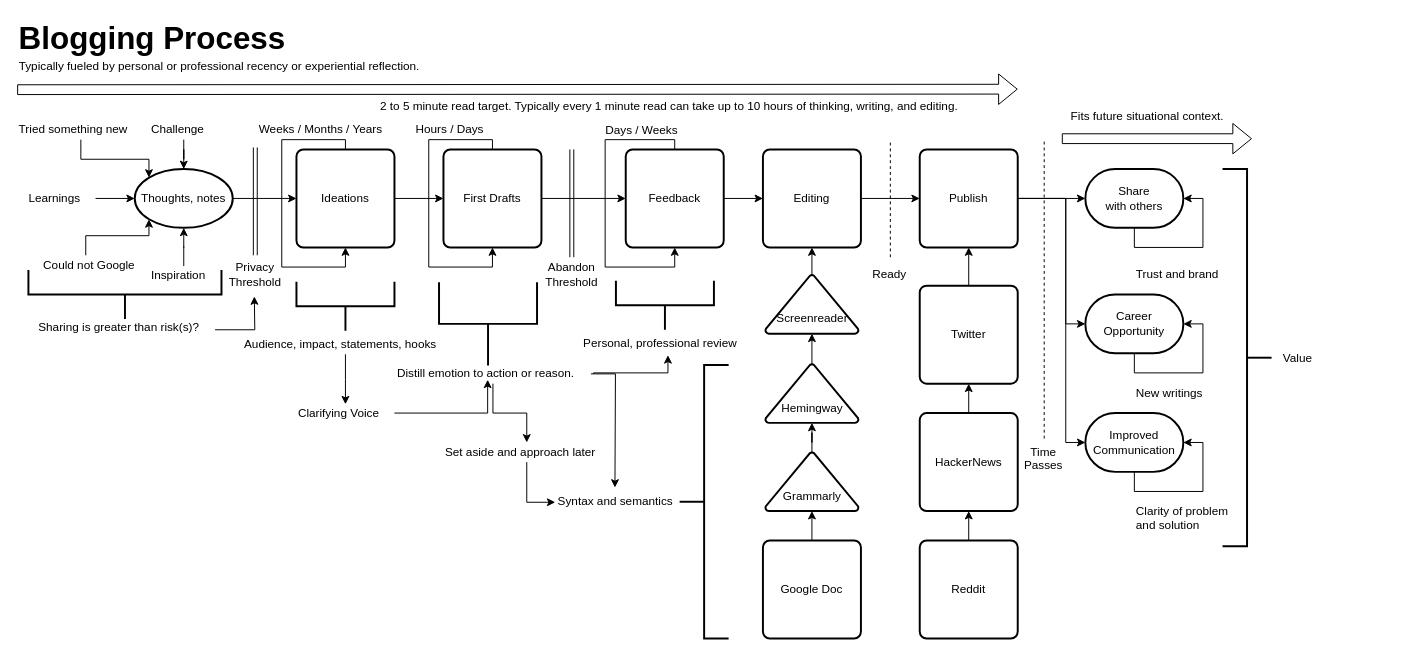
The draw.io diagram mentoring/diagrams/blogging-process.drawio in solidi/learning-notes, before the edit. Source tidied: cells renumbered, new cells numbered last; positions are measured from the earlier drawing's top-left corner, leaving out a move shared by most shapes. Both pictures are drawn from the tidied source at 98%, with x=0, y=0 at pixel (17, 17).
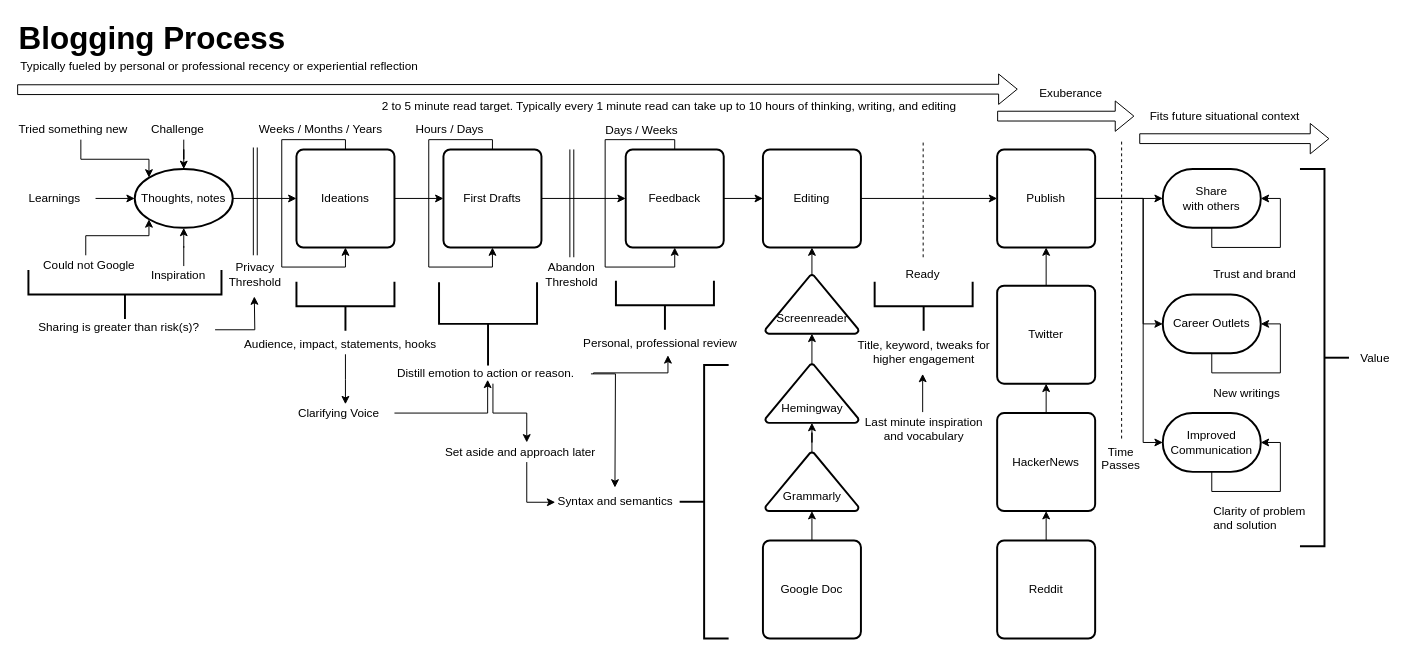
After the change.

Commit message (it also covers changes not shown here):
Update blogging diagram with "ready" metadata

The change refers to these unchanged cells:
```xml
<mxCell id="47" style="shape=flexArrow;endArrow=classic;html=1;" parent="1" edge="1">
  <mxGeometry relative="1" as="geometry">
    <mxPoint y="74" as="sourcePoint" />
    <mxPoint x="1021" y="73.5" as="targetPoint" />
  </mxGeometry>
</mxCell>
```

Change to the diagram source:
```diff
@@
     <mxCell id="17" style="edgeStyle=orthogonalEdgeStyle;rounded=0;jettySize=auto;html=1;exitX=1;exitY=0.5;exitDx=0;exitDy=0;entryX=0;entryY=0.5;entryDx=0;entryDy=0;entryPerimeter=0;" parent="1" edge="1" source="19" target="77">
       <mxGeometry relative="1" as="geometry">
         <Array as="points">
-          <mxPoint x="1070" y="185" />
-          <mxPoint x="1070" y="313" />
+          <mxPoint x="1149" y="185" />
+          <mxPoint x="1149" y="313" />
         </Array>
       </mxGeometry>
     </mxCell>
     <mxCell id="18" style="edgeStyle=orthogonalEdgeStyle;rounded=0;jettySize=auto;html=1;exitX=1;exitY=0.5;exitDx=0;exitDy=0;entryX=0;entryY=0.5;entryDx=0;entryDy=0;entryPerimeter=0;" parent="1" edge="1" source="19" target="80">
       <mxGeometry relative="1" as="geometry">
         <Array as="points">
-          <mxPoint x="1070" y="185" />
-          <mxPoint x="1070" y="434" />
+          <mxPoint x="1149" y="185" />
+          <mxPoint x="1149" y="434" />
         </Array>
       </mxGeometry>
     </mxCell>
     <mxCell id="19" value="Publish" style="rounded=1;whiteSpace=wrap;html=1;absoluteArcSize=1;arcSize=14;strokeWidth=2;" parent="1" vertex="1">
-      <mxGeometry x="921" y="135" width="100" height="100" as="geometry" />
+      <mxGeometry x="1000" y="135" width="100" height="100" as="geometry" />
     </mxCell>
@@
     <mxCell id="21" value="HackerNews" style="rounded=1;whiteSpace=wrap;html=1;absoluteArcSize=1;arcSize=14;strokeWidth=2;" parent="1" vertex="1">
-      <mxGeometry x="921" y="404" width="100" height="100" as="geometry" />
+      <mxGeometry x="1000" y="404" width="100" height="100" as="geometry" />
     </mxCell>
@@
     <mxCell id="23" value="Twitter" style="rounded=1;whiteSpace=wrap;html=1;absoluteArcSize=1;arcSize=14;strokeWidth=2;" parent="1" vertex="1">
-      <mxGeometry x="921" y="274" width="100" height="100" as="geometry" />
+      <mxGeometry x="1000" y="274" width="100" height="100" as="geometry" />
     </mxCell>
@@
     <mxCell id="25" value="Reddit" style="rounded=1;whiteSpace=wrap;html=1;absoluteArcSize=1;arcSize=14;strokeWidth=2;" parent="1" vertex="1">
-      <mxGeometry x="921" y="534" width="100" height="100" as="geometry" />
+      <mxGeometry x="1000" y="534" width="100" height="100" as="geometry" />
     </mxCell>
@@
-    <mxCell id="48" value="Typically fueled by personal or professional recency or experiential reflection." style="text;html=1;align=center;verticalAlign=middle;labelBackgroundColor=#ffffff;" parent="47" vertex="1">
+    <mxCell id="48" value="Typically fueled by personal or professional recency or experiential reflection" style="text;html=1;align=center;verticalAlign=middle;labelBackgroundColor=#ffffff;" parent="47" vertex="1">
       <mxGeometry x="-0.57" y="3" relative="1" as="geometry">
         <mxPoint x="-14" y="-21" as="offset" />
       </mxGeometry>
     </mxCell>
@@
     <mxCell id="53" style="endArrow=none;dashed=1;html=1;" parent="1" edge="1">
       <mxGeometry relative="1" as="geometry">
-        <mxPoint x="891" y="245" as="sourcePoint" />
-        <mxPoint x="891" y="125" as="targetPoint" />
+        <mxPoint x="924.5" y="245" as="sourcePoint" />
+        <mxPoint x="924.5" y="125" as="targetPoint" />
       </mxGeometry>
     </mxCell>
     <mxCell id="54" value="Ready" style="text;html=1;align=left;verticalAlign=top;spacingTop=-4;" parent="1" vertex="1">
-      <mxGeometry x="871" y="253" width="50" height="20" as="geometry" />
+      <mxGeometry x="904.5" y="253" width="50" height="20" as="geometry" />
     </mxCell>
@@
     <mxCell id="57" value="Share &lt;br&gt;with others" style="strokeWidth=2;html=1;shape=mxgraph.flowchart.terminator;whiteSpace=wrap;" parent="1" vertex="1">
-      <mxGeometry x="1090" y="155" width="100" height="60" as="geometry" />
+      <mxGeometry x="1169" y="155" width="100" height="60" as="geometry" />
     </mxCell>
     <mxCell id="58" style="endArrow=none;dashed=1;html=1;" parent="1" edge="1">
       <mxGeometry relative="1" as="geometry">
-        <mxPoint x="1048" y="430" as="sourcePoint" />
-        <mxPoint x="1048" y="124" as="targetPoint" />
+        <mxPoint x="1127" y="430" as="sourcePoint" />
+        <mxPoint x="1127" y="124" as="targetPoint" />
       </mxGeometry>
     </mxCell>
     <mxCell id="59" value="Time&lt;br&gt;Passes" style="text;html=1;align=center;verticalAlign=top;spacingTop=-4;" parent="1" vertex="1">
-      <mxGeometry x="1022" y="434" width="50" height="30" as="geometry" />
+      <mxGeometry x="1101" y="434" width="50" height="30" as="geometry" />
     </mxCell>
     <mxCell id="60" style="shape=flexArrow;endArrow=classic;html=1;" parent="1" edge="1">
       <mxGeometry relative="1" as="geometry">
-        <mxPoint x="1066" y="124" as="sourcePoint" />
-        <mxPoint x="1260" y="124" as="targetPoint" />
+        <mxPoint x="1145" y="124" as="sourcePoint" />
+        <mxPoint x="1339" y="124" as="targetPoint" />
       </mxGeometry>
     </mxCell>
-    <mxCell id="61" value="Fits future situational context." style="text;html=1;align=center;verticalAlign=middle;labelBackgroundColor=#ffffff;" parent="60" vertex="1">
+    <mxCell id="61" value="Fits future situational context" style="text;html=1;align=center;verticalAlign=middle;labelBackgroundColor=#ffffff;" parent="60" vertex="1">
       <mxGeometry x="-0.57" y="3" relative="1" as="geometry">
         <mxPoint x="44" y="-21" as="offset" />
       </mxGeometry>
     </mxCell>
@@
     <mxCell id="63" value="Trust and brand" style="text;html=1;align=left;verticalAlign=top;spacingTop=-4;" parent="1" vertex="1">
-      <mxGeometry x="1140" y="253" width="100" height="20" as="geometry" />
+      <mxGeometry x="1219" y="253" width="100" height="20" as="geometry" />
     </mxCell>
-    <mxCell id="64" value="2 to 5 minute read target. Typically every 1 minute read can take up to 10 hours of thinking, writing, and editing." style="text;html=1;align=center;verticalAlign=middle;labelBackgroundColor=#ffffff;" parent="1" vertex="1">
+    <mxCell id="64" value="2 to 5 minute read target. Typically every 1 minute read can take up to 10 hours of thinking, writing, and editing" style="text;html=1;align=center;verticalAlign=middle;labelBackgroundColor=#ffffff;" parent="1" vertex="1">
       <mxGeometry x="661" y="110" as="geometry">
         <mxPoint x="3" y="-19.5" as="offset" />
       </mxGeometry>
     </mxCell>
@@
-    <mxCell id="77" value="Career Opportunity" style="strokeWidth=2;html=1;shape=mxgraph.flowchart.terminator;whiteSpace=wrap;" parent="1" vertex="1">
-      <mxGeometry x="1090" y="283" width="100" height="60" as="geometry" />
+    <mxCell id="77" value="Career Outlets" style="strokeWidth=2;html=1;shape=mxgraph.flowchart.terminator;whiteSpace=wrap;" parent="1" vertex="1">
+      <mxGeometry x="1169" y="283" width="100" height="60" as="geometry" />
     </mxCell>
@@
     <mxCell id="79" value="New writings" style="text;html=1;align=left;verticalAlign=top;spacingTop=-4;" parent="1" vertex="1">
-      <mxGeometry x="1140" y="374" width="80" height="20" as="geometry" />
+      <mxGeometry x="1219" y="374" width="80" height="20" as="geometry" />
     </mxCell>
     <mxCell id="80" value="Improved Communication" style="strokeWidth=2;html=1;shape=mxgraph.flowchart.terminator;whiteSpace=wrap;" parent="1" vertex="1">
-      <mxGeometry x="1090" y="404" width="100" height="60" as="geometry" />
+      <mxGeometry x="1169" y="404" width="100" height="60" as="geometry" />
     </mxCell>
@@
     <mxCell id="82" value="Clarity of problem&lt;br&gt;and solution" style="text;html=1;align=left;verticalAlign=top;spacingTop=-4;" parent="1" vertex="1">
-      <mxGeometry x="1140" y="494.5" width="110" height="30" as="geometry" />
+      <mxGeometry x="1219" y="494.5" width="110" height="30" as="geometry" />
     </mxCell>
     <mxCell id="83" style="strokeWidth=2;html=1;shape=mxgraph.flowchart.annotation_2;align=left;labelPosition=right;rotation=180;" parent="1" vertex="1">
-      <mxGeometry x="1230" y="155" width="50" height="385" as="geometry" />
+      <mxGeometry x="1309" y="155" width="50" height="385" as="geometry" />
     </mxCell>
     <mxCell id="84" value="Value" style="text;html=1;align=left;verticalAlign=top;spacingTop=-4;" parent="1" vertex="1">
-      <mxGeometry x="1290" y="337.5" width="50" height="20" as="geometry" />
+      <mxGeometry x="1369" y="337.5" width="50" height="20" as="geometry" />
     </mxCell>
@@
+    <mxCell id="90" style="strokeWidth=2;html=1;shape=mxgraph.flowchart.annotation_2;align=left;labelPosition=right;rotation=-90;" parent="1" vertex="1">
+      <mxGeometry x="900" y="245" width="50" height="100" as="geometry" />
+    </mxCell>
+    <mxCell id="91" value="Title, keyword, tweaks for &lt;br&gt;higher engagement" style="text;html=1;align=center;verticalAlign=top;spacingTop=-4;" parent="1" vertex="1">
+      <mxGeometry x="850" y="325" width="150" height="30" as="geometry" />
+    </mxCell>
+    <mxCell id="92" style="shape=flexArrow;endArrow=classic;html=1;" parent="1" edge="1">
+      <mxGeometry relative="1" as="geometry">
+        <mxPoint x="1000" y="101" as="sourcePoint" />
+        <mxPoint x="1140" y="101" as="targetPoint" />
+      </mxGeometry>
+    </mxCell>
+    <mxCell id="93" value="Exuberance" style="text;html=1;align=center;verticalAlign=middle;labelBackgroundColor=#ffffff;" parent="92" vertex="1">
+      <mxGeometry x="-0.57" y="3" relative="1" as="geometry">
+        <mxPoint x="44" y="-21" as="offset" />
+      </mxGeometry>
+    </mxCell>
+    <mxCell id="94" style="edgeStyle=orthogonalEdgeStyle;rounded=0;orthogonalLoop=1;jettySize=auto;html=1;exitX=0.5;exitY=0;exitDx=0;exitDy=0;entryX=0.5;entryY=1;entryDx=0;entryDy=0;" parent="1" edge="1">
+      <mxGeometry relative="1" as="geometry">
+        <mxPoint x="924" y="403" as="sourcePoint" />
+        <mxPoint x="924" y="364" as="targetPoint" />
+      </mxGeometry>
+    </mxCell>
+    <mxCell id="95" value="Last minute inspiration&lt;br&gt;and vocabulary" style="text;html=1;align=center;verticalAlign=top;spacingTop=-4;" parent="1" vertex="1">
+      <mxGeometry x="855" y="404" width="140" height="30" as="geometry" />
+    </mxCell>
```
